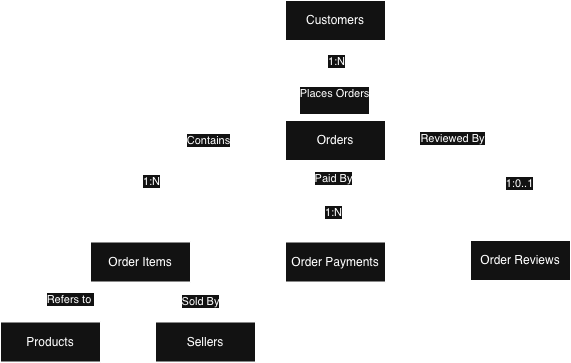
This is docs/diagrams/conceptual-erd.drawio.png from neeleshksingh/Ecommerce-Sales-Analytics, a draw.io export, as it was before one commit. Source tidied: cells renumbered, new cells last; positions are measured from the earlier drawing's top-left corner, leaving out a move shared by most shapes.
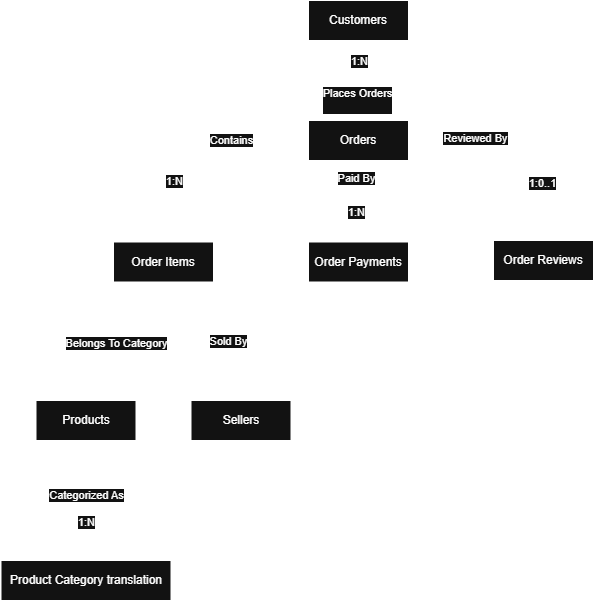
After the commit.

Diff of the diagram source:
```diff
@@ -54,26 +54,35 @@
     <mxCell id="15" value="Orders" style="whiteSpace=wrap;html=1;align=center;" parent="1" vertex="1">
       <mxGeometry x="285" y="120" width="100" height="40" as="geometry" />
     </mxCell>
-    <mxCell id="16" style="edgeStyle=orthogonalEdgeStyle;rounded=0;jettySize=auto;html=1;" parent="1" edge="1" source="20" target="21">
+    <mxCell id="16" style="edgeStyle=orthogonalEdgeStyle;rounded=0;jettySize=auto;html=1;exitX=0.25;exitY=1;exitDx=0;exitDy=0;entryX=0.5;entryY=0;entryDx=0;entryDy=0;" parent="1" edge="1" source="20" target="21">
       <mxGeometry relative="1" as="geometry" />
     </mxCell>
-    <mxCell id="17" value="Refers to&amp;nbsp;" style="edgeLabel;html=1;align=center;verticalAlign=middle;" parent="16" vertex="1">
-      <mxGeometry x="0.4" y="-3" relative="1" as="geometry" />
-    </mxCell>
+    <mxCell id="25" value="Belongs To Category" style="edgeLabel;html=1;align=center;verticalAlign=middle;" parent="16" vertex="1">
+      <mxGeometry x="-0.04" y="2" relative="1" as="geometry" />
+    </mxCell>
-    <mxCell id="18" style="edgeStyle=orthogonalEdgeStyle;rounded=0;jettySize=auto;html=1;entryX=0.5;entryY=0;entryDx=0;entryDy=0;" parent="1" edge="1" source="20" target="22">
+    <mxCell id="18" style="edgeStyle=orthogonalEdgeStyle;rounded=0;jettySize=auto;html=1;exitX=0.75;exitY=1;exitDx=0;exitDy=0;entryX=0.5;entryY=0;entryDx=0;entryDy=0;" parent="1" edge="1" source="20" target="22">
       <mxGeometry relative="1" as="geometry" />
     </mxCell>
     <mxCell id="19" value="Sold By" style="edgeLabel;html=1;align=center;verticalAlign=middle;" parent="18" vertex="1">
-      <mxGeometry x="0.5" y="1" relative="1" as="geometry" />
+      <mxGeometry x="0.16" relative="1" as="geometry" />
     </mxCell>
     <mxCell id="20" value="Order Items" style="whiteSpace=wrap;html=1;align=center;" parent="1" vertex="1">
       <mxGeometry x="90" y="241.5" width="100" height="40" as="geometry" />
     </mxCell>
+    <mxCell id="26" style="edgeStyle=orthogonalEdgeStyle;rounded=0;jettySize=auto;html=1;exitX=0.5;exitY=1;exitDx=0;exitDy=0;entryX=0.5;entryY=0;entryDx=0;entryDy=0;" parent="1" edge="1" source="21" target="29">
+      <mxGeometry relative="1" as="geometry" />
+    </mxCell>
+    <mxCell id="27" value="Categorized As" style="edgeLabel;html=1;align=center;verticalAlign=middle;" parent="26" vertex="1">
+      <mxGeometry x="-0.1" relative="1" as="geometry" />
+    </mxCell>
+    <mxCell id="28" value="1:N" style="edgeLabel;html=1;align=center;verticalAlign=middle;" parent="26" vertex="1">
+      <mxGeometry x="0.35" relative="1" as="geometry" />
+    </mxCell>
     <mxCell id="21" value="Products" style="whiteSpace=wrap;html=1;align=center;" parent="1" vertex="1">
-      <mxGeometry y="321.5" width="100" height="40" as="geometry" />
+      <mxGeometry x="12.5" y="400" width="100" height="40" as="geometry" />
     </mxCell>
     <mxCell id="22" value="Sellers" style="whiteSpace=wrap;html=1;align=center;" parent="1" vertex="1">
-      <mxGeometry x="155" y="321.5" width="100" height="40" as="geometry" />
+      <mxGeometry x="167.5" y="400" width="100" height="40" as="geometry" />
     </mxCell>
     <mxCell id="23" value="Order Payments" style="whiteSpace=wrap;html=1;align=center;" parent="1" vertex="1">
       <mxGeometry x="285" y="241.5" width="100" height="40" as="geometry" />
@@ -81,5 +90,8 @@
     <mxCell id="24" value="Order Reviews" style="whiteSpace=wrap;html=1;align=center;" parent="1" vertex="1">
       <mxGeometry x="470" y="240" width="100" height="40" as="geometry" />
     </mxCell>
+    <mxCell id="29" value="Product Category translation" style="whiteSpace=wrap;html=1;align=center;" parent="1" vertex="1">
+      <mxGeometry x="-22.5" y="560" width="170" height="40" as="geometry" />
+    </mxCell>
   </root>
 </mxGraphModel>
```
